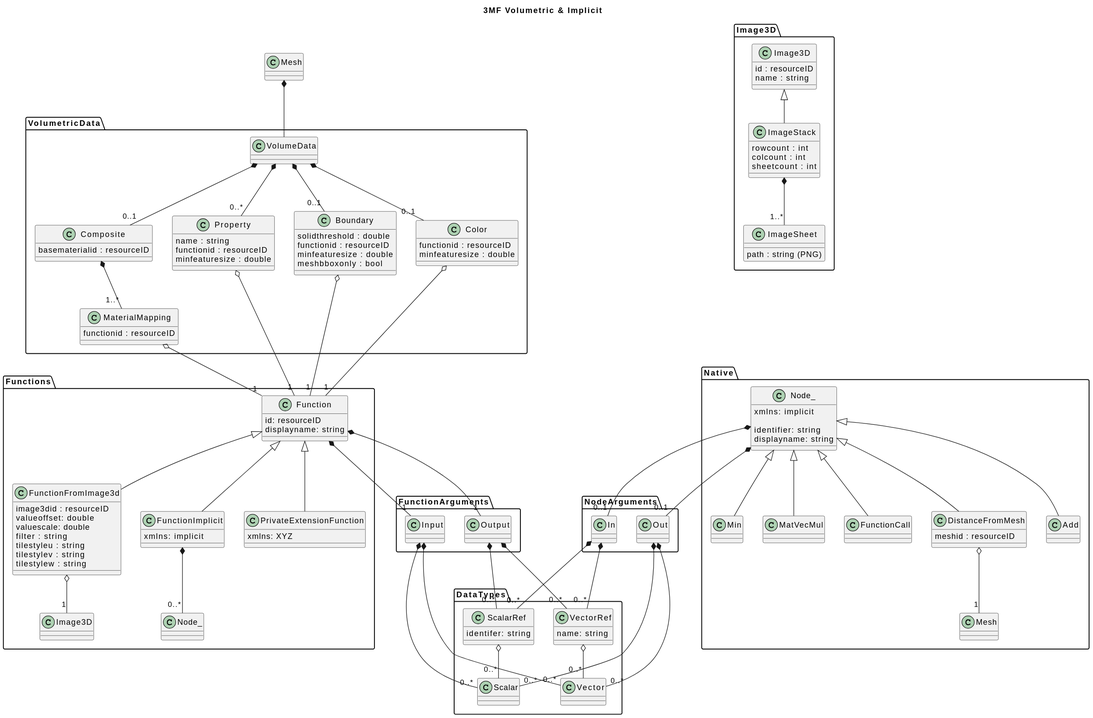
3MFConsortium/spec_volumetric keeps this PlantUML diagram as Volumetric class diagram/Volumetric class diagram.svg. Above is the earlier version.
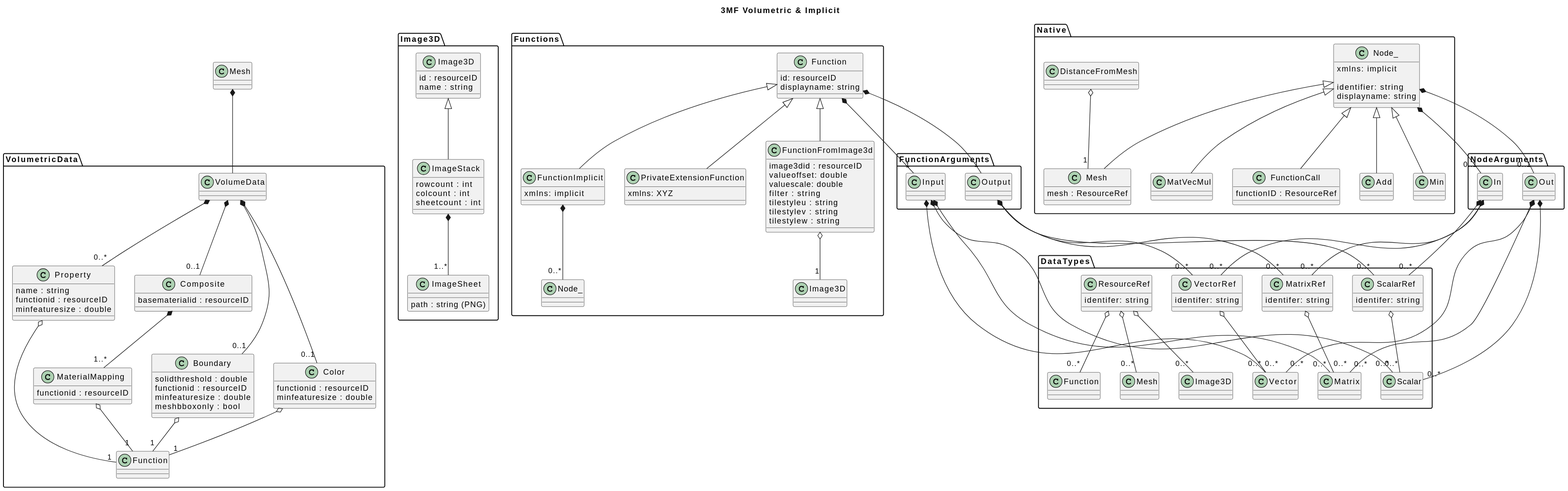
Above is the later version.

Commit message:
Update Volumetric class diagram: Adding MatrixRef and ResourceRef

Change to the diagram source:
```diff
@@ -33,14 +33,29 @@
 
     Class VectorRef
     {
-        name: string
+        identifer: string
+    }
+
+    Class MatrixRef
+    {
+        identifer: string
+    }
+
+    Class ResourceRef
+    {
+        identifer: string
     }
 
     class Scalar{}
     class Vector{}
+    class Matrix{}
 
     ScalarRef o-- "0..*" Scalar
     VectorRef o-- "0..*" Vector
+    MatrixRef o-- "0..*" Matrix
+    ResourceRef o-- "0..*" Mesh
+    ResourceRef o-- "0..*" Image3D
+    ResourceRef o-- "0..*" Function
 }
 
 package FunctionArguments
@@ -55,8 +70,10 @@
     }
     Input *-- "0..*" Scalar
     Input *-- "0..*" Vector
+    Input *-- "0..*" Matrix
     Output *-- "0..*" ScalarRef
     Output *-- "0..*" VectorRef
+    Output *-- "0..*" MatrixRef
 }
 
 package NodeArguments
@@ -71,8 +88,10 @@
     }
     Out *-- "0..*" Scalar
     Out *-- "0..*" Vector
+    Out *-- "0..*" Matrix
     In *-- "0..*" ScalarRef
     In *-- "0..*" VectorRef
+    In *-- "0..*" MatrixRef
 }
 
 package Functions
@@ -134,11 +153,12 @@
 
     Class FunctionCall extends Node_
     {
+        functionID : ResourceRef
     }
 
-    Class DistanceFromMesh extends Node_
+    Class Mesh extends Node_
     {
-        meshid : resourceID
+        mesh : ResourceRef
     }
     DistanceFromMesh o-- "1" Mesh
 
```
